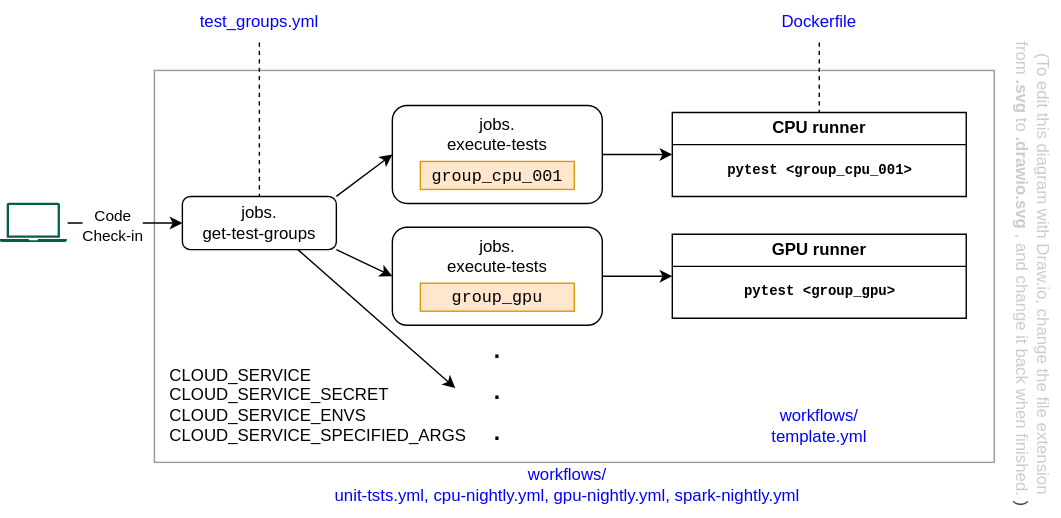
recommenders-team/recommenders keeps this draw.io diagram as tests/github-actions-tests.svg. Above is the earlier version. Source tidied: cells renumbered, new cells last; positions are measured from the earlier drawing's top-left corner, leaving out a move shared by most shapes.
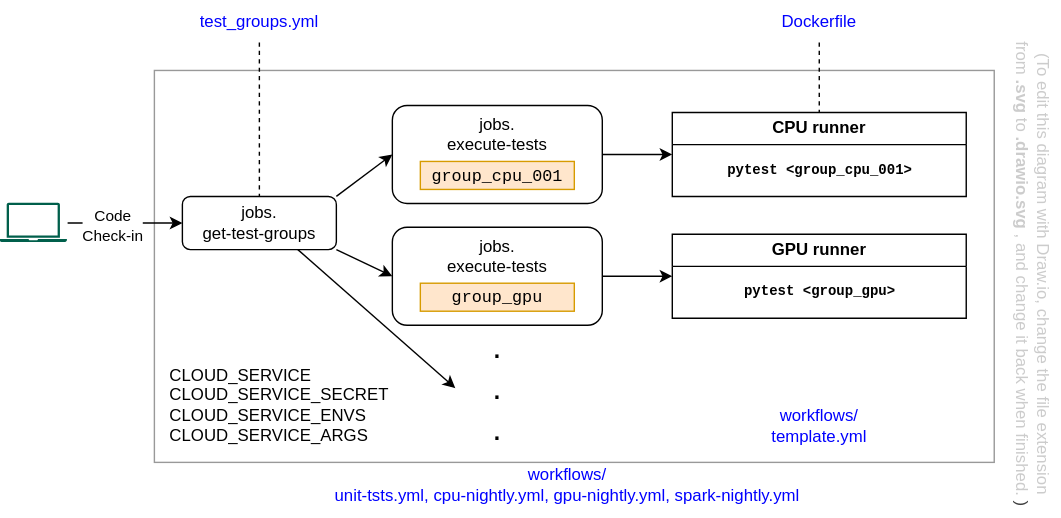
Later version of the same file.

Commit message:
Change CLOUD_SERVICE_SPECIFIED_ARGS to CLOUD_SERVICE_ARGS

What changed in the source:
```diff
@@ -86,8 +86,8 @@
     <mxCell id="29" value="&lt;font style=&quot;color: rgb(204, 204, 204);&quot;&gt;(To edit this diagram with Draw.io, change the file extension&lt;/font&gt;&lt;div&gt;&lt;font style=&quot;color: rgb(204, 204, 204);&quot;&gt;from &lt;b&gt;.svg&lt;/b&gt; to &lt;b&gt;.drawio.svg&lt;/b&gt;, and change it back when finished.&lt;span style=&quot;background-color: transparent; color: rgb(63, 63, 63);&quot;&gt;)&lt;/span&gt;&lt;/font&gt;&lt;/div&gt;" style="text;html=1;align=center;verticalAlign=middle;strokeColor=none;fillColor=none;rotation=90;" parent="1" vertex="1">
       <mxGeometry x="563" y="175" width="350" height="40" as="geometry" />
     </mxCell>
-    <mxCell id="30" value="CLOUD_SERVICE&lt;div&gt;CLOUD_SERVICE_SECRET&lt;/div&gt;&lt;div&gt;CLOUD_SERVICE_ENVS&lt;/div&gt;&lt;div style=&quot;&quot;&gt;CLOUD_SERVICE_SPECIFIED_ARGS&lt;/div&gt;" style="text;html=1;align=left;verticalAlign=middle;strokeColor=none;fillColor=none;" parent="1" vertex="1">
-      <mxGeometry x="119" y="254" width="240" height="70" as="geometry" />
+    <mxCell id="30" value="CLOUD_SERVICE&lt;div&gt;CLOUD_SERVICE_SECRET&lt;/div&gt;&lt;div&gt;CLOUD_SERVICE_ENVS&lt;/div&gt;&lt;div style=&quot;&quot;&gt;CLOUD_SERVICE_ARGS&lt;/div&gt;" style="text;html=1;align=left;verticalAlign=middle;strokeColor=none;fillColor=none;" parent="1" vertex="1">
+      <mxGeometry x="119" y="254" width="180" height="70" as="geometry" />
     </mxCell>
   </root>
 </mxGraphModel>
```
